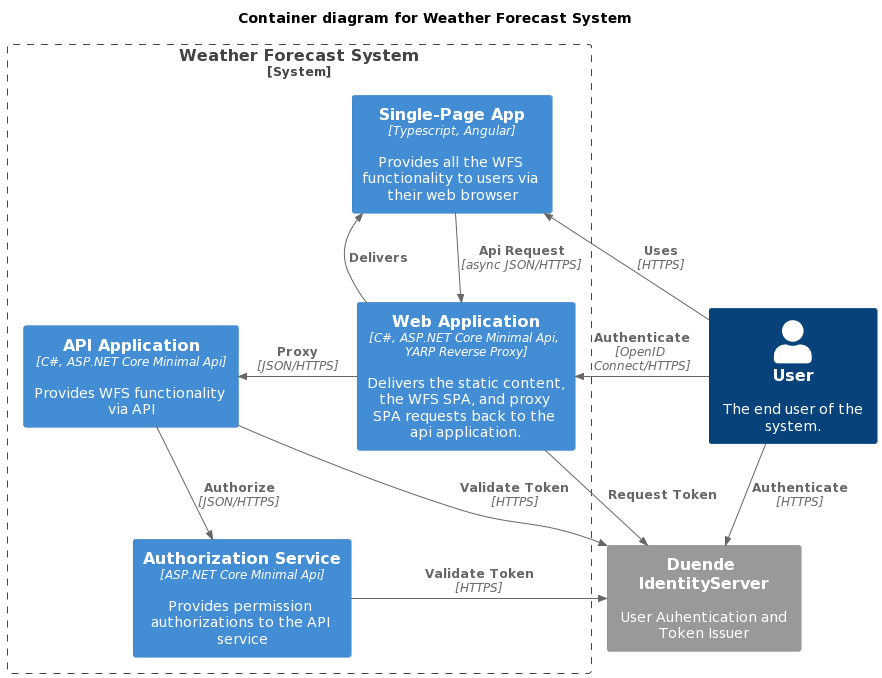
Before: assets/container.png, a diagram exported from PlantUML (salmarsumi/CleanArchitecture).
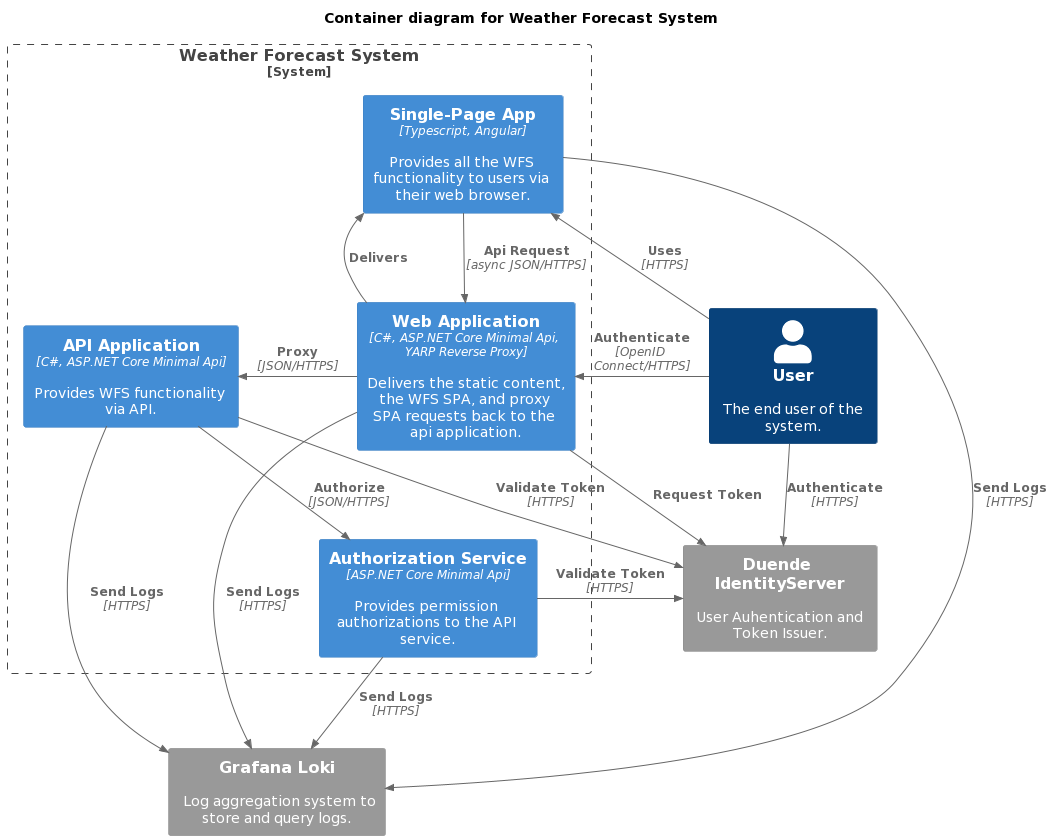
Above is the later version.

Commit message:
context and container architectural diagram loki update.

What changed in the source:
```diff
@@ -9,12 +9,13 @@
 
 System_Boundary(weather_system, "Weather Forecast System") {
     Container(web_app, "Web Application", "C#, ASP.NET Core Minimal Api, YARP Reverse Proxy", "Delivers the static content, the WFS SPA, and proxy SPA requests back to the api application.")
-    Container(spa, "Single-Page App", "Typescript, Angular", "Provides all the WFS functionality to users via their web browser")
-    Container(api, "API Application", "C#, ASP.NET Core Minimal Api", "Provides WFS functionality via API")
-    Container(authz, "Authorization Service", "ASP.NET Core Minimal Api", "Provides permission authorizations to the API service")
+    Container(spa, "Single-Page App", "Typescript, Angular", "Provides all the WFS functionality to users via their web browser.")
+    Container(api, "API Application", "C#, ASP.NET Core Minimal Api", "Provides WFS functionality via API.")
+    Container(authz, "Authorization Service", "ASP.NET Core Minimal Api", "Provides permission authorizations to the API service.")
 }
 
-System_Ext(identity, "Duende IdentityServer", "User Auhentication and Token Issuer")
+System_Ext(identity, "Duende IdentityServer", "User Auhentication and Token Issuer.")
+System_Ext(loki, "Grafana Loki", "Log aggregation system to store and query logs.")
 
 Rel(user, spa, "Uses", "HTTPS")
 Rel_L(user, web_app, "Authenticate", "OpenID Connect/HTTPS")
@@ -26,4 +27,9 @@
 Rel_R(authz, identity, "Validate Token", "HTTPS")
 Rel(user, identity, "Authenticate", "HTTPS")
 Rel(web_app, identity, "Request Token")
+
+Rel(spa, loki, "Send Logs", "HTTPS")
+Rel(web_app, loki, "Send Logs", "HTTPS")
+Rel(api, loki, "Send Logs", "HTTPS")
+Rel(authz, loki, "Send Logs", "HTTPS")
 @enduml
```
